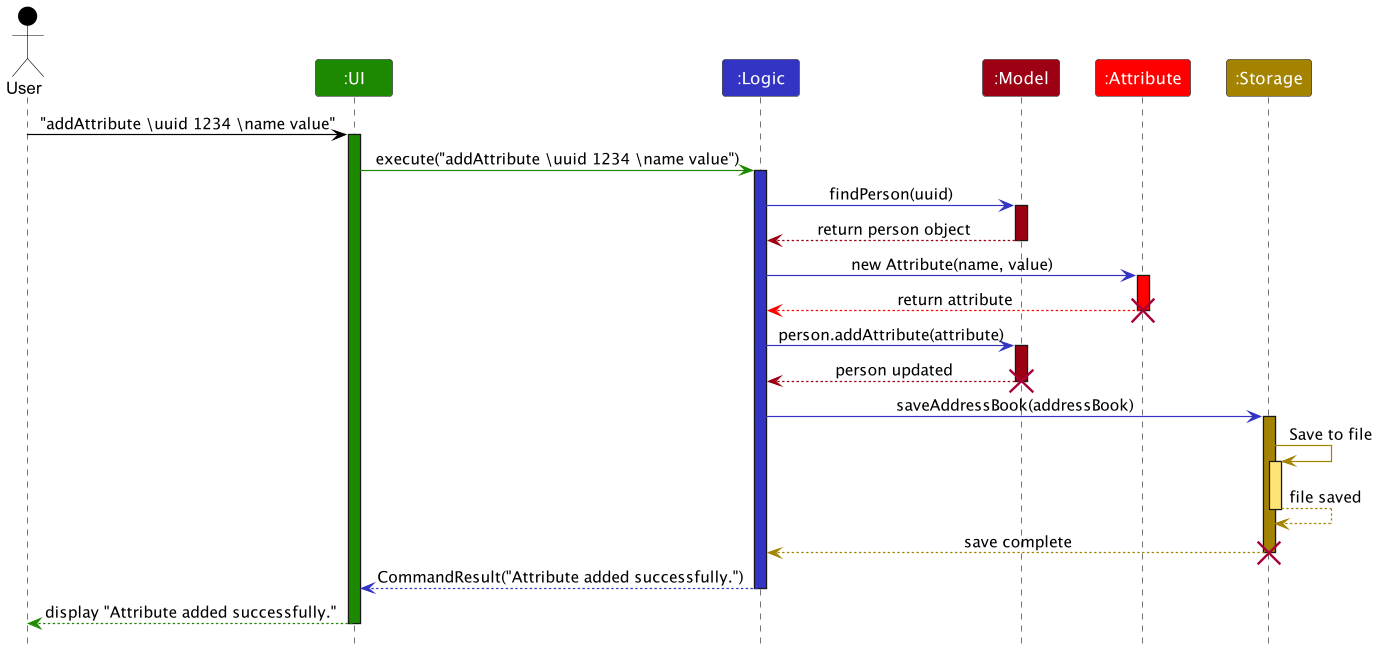
Above: docs/images/AttributeAdditionSequenceDiagram.png in Emberlynn-Loo/tp (PlantUML), before the change.
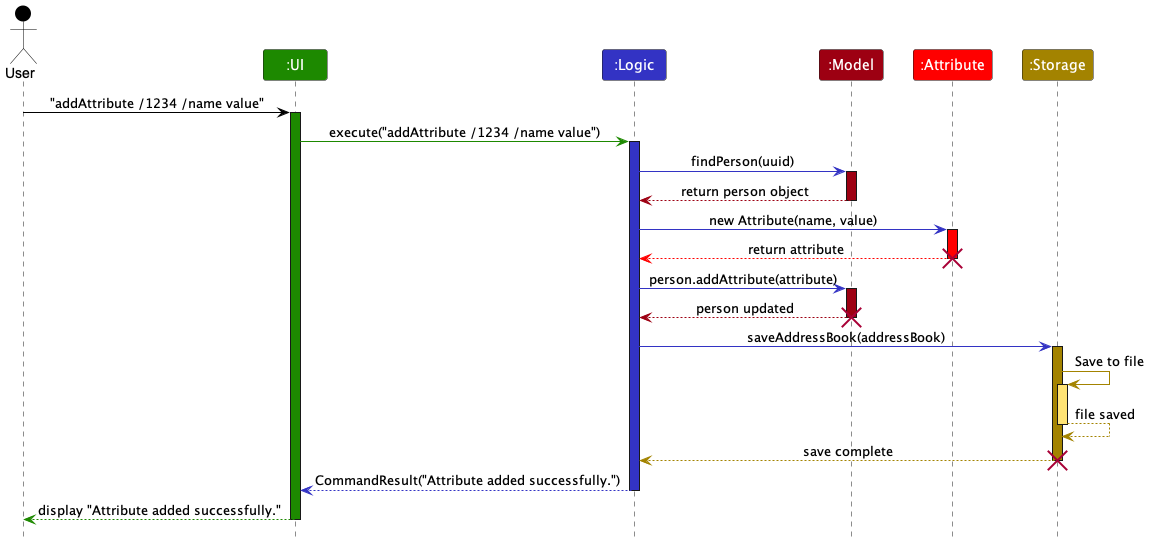
After the commit.

What changed in the source:
```diff
@@ -9,10 +9,10 @@
 Participant ":Attribute" as attribute ATTRIBUTE_COLOR
 Participant ":Storage" as storage STORAGE_COLOR
 
-user -[USER_COLOR]> ui : "addAttribute \uuid 1234 \\name value"
+user -[USER_COLOR]> ui : "addAttribute /1234 /name value"
 activate ui UI_COLOR
 
-ui -[UI_COLOR]> logic : execute("addAttribute \uuid 1234 \\name value")
+ui -[UI_COLOR]> logic : execute("addAttribute /1234 /name value")
 activate logic LOGIC_COLOR
 
 logic -[LOGIC_COLOR]> model : findPerson(uuid)
```
